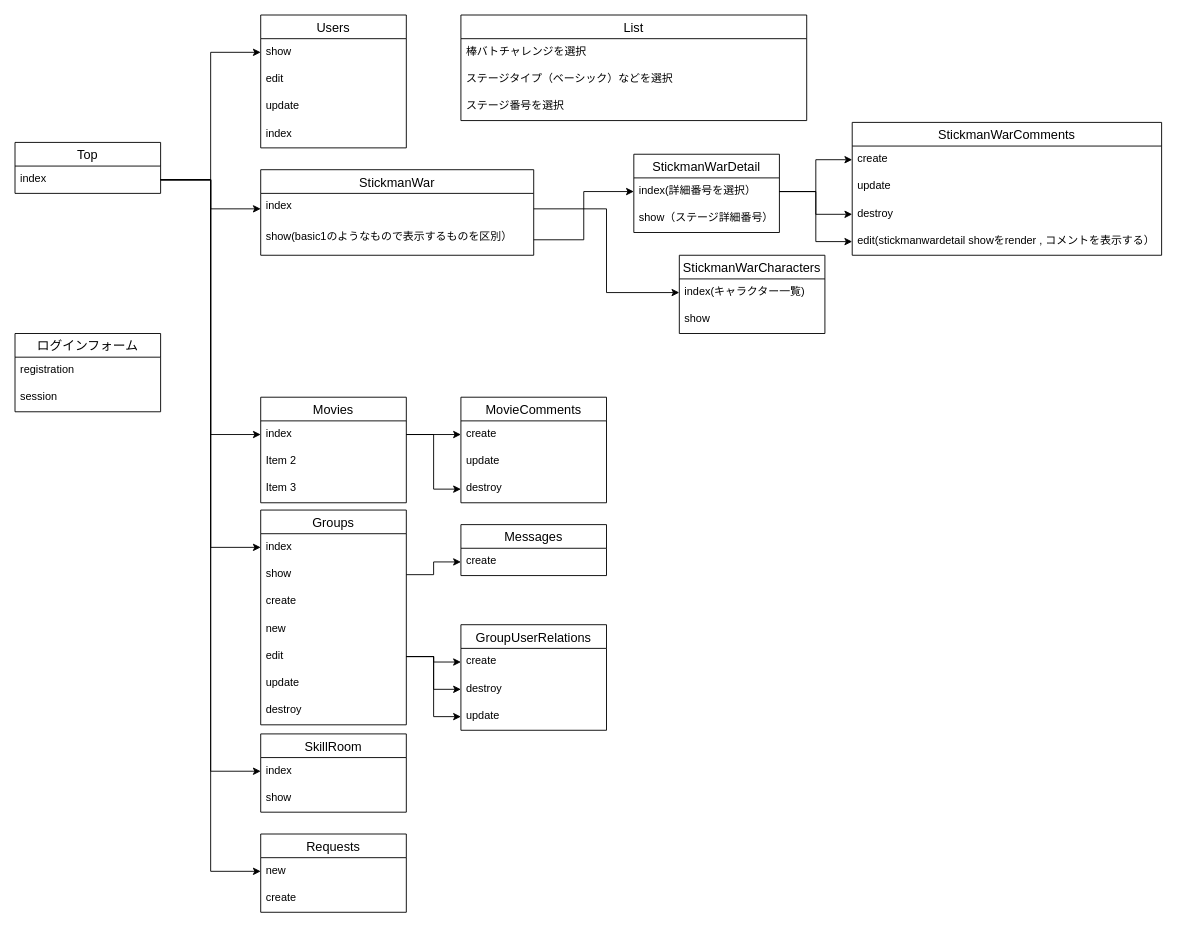
Earlier version of the draw.io diagram flow.dio (runba3011/runba_home). Source tidied: cells renumbered, new cells numbered last; positions are measured from the earlier drawing's top-left corner, leaving out a move shared by most shapes. Both pictures are drawn from the tidied source at 91%, with x=0, y=0 at pixel (15, 15).
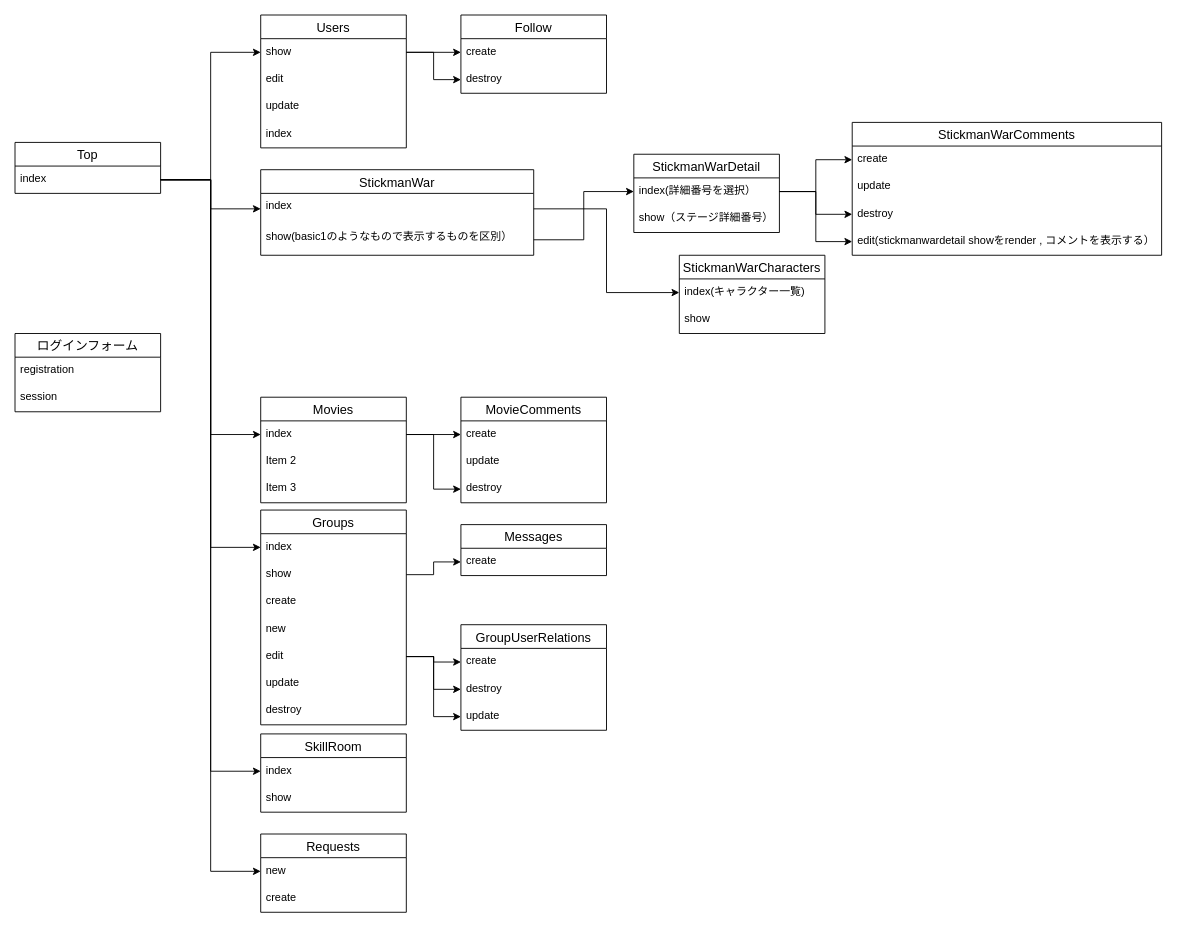
The same diagram, later.

The change refers to these unchanged cells:
```xml
<mxCell id="25" value="show" style="text;strokeColor=none;fillColor=none;spacingLeft=4;spacingRight=4;overflow=hidden;points=[[0,0.5],[1,0.5]];portConstraint=eastwest;fontSize=12;" parent="24" vertex="1">
  <mxGeometry y="26" width="160" height="30" as="geometry" />
</mxCell>
```

The edit, as a diff of the source:
```diff
@@
-    <mxCell id="44" value="List" style="swimlane;fontStyle=0;horizontal=1;startSize=26;align=center;fontSize=14;" parent="1" vertex="1">
-      <mxGeometry x="490" width="380" height="116" as="geometry" />
-    </mxCell>
-    <mxCell id="45" value="棒バトチャレンジを選択" style="text;strokeColor=none;fillColor=none;spacingLeft=4;spacingRight=4;overflow=hidden;fontSize=12;" parent="44" vertex="1">
-      <mxGeometry y="26" width="380" height="30" as="geometry" />
-    </mxCell>
-    <mxCell id="46" value="ステージタイプ（ベーシック）などを選択" style="text;strokeColor=none;fillColor=none;spacingLeft=4;spacingRight=4;overflow=hidden;fontSize=12;" parent="44" vertex="1">
-      <mxGeometry y="56" width="380" height="30" as="geometry" />
-    </mxCell>
-    <mxCell id="47" value="ステージ番号を選択" style="text;strokeColor=none;fillColor=none;spacingLeft=4;spacingRight=4;overflow=hidden;fontSize=12;" parent="44" vertex="1">
-      <mxGeometry y="86" width="380" height="30" as="geometry" />
-    </mxCell>
@@
+    <mxCell id="75" value="Follow" style="swimlane;fontStyle=0;horizontal=1;startSize=26;align=center;fontSize=14;" parent="1" vertex="1">
+      <mxGeometry x="490" width="160" height="86" as="geometry" />
+    </mxCell>
+    <mxCell id="76" value="create" style="text;strokeColor=none;fillColor=none;spacingLeft=4;spacingRight=4;overflow=hidden;points=[[0,0.5],[1,0.5]];portConstraint=eastwest;fontSize=12;" parent="75" vertex="1">
+      <mxGeometry y="26" width="160" height="30" as="geometry" />
+    </mxCell>
+    <mxCell id="77" value="destroy" style="text;strokeColor=none;fillColor=none;spacingLeft=4;spacingRight=4;overflow=hidden;points=[[0,0.5],[1,0.5]];portConstraint=eastwest;fontSize=12;" parent="75" vertex="1">
+      <mxGeometry y="56" width="160" height="30" as="geometry" />
+    </mxCell>
+    <mxCell id="78" style="edgeStyle=orthogonalEdgeStyle;rounded=0;jettySize=auto;html=1;" parent="1" edge="1" source="25" target="76">
+      <mxGeometry relative="1" as="geometry" />
+    </mxCell>
+    <mxCell id="79" style="edgeStyle=orthogonalEdgeStyle;rounded=0;jettySize=auto;html=1;entryX=0;entryY=0.5;entryDx=0;entryDy=0;" parent="1" edge="1" source="25" target="77">
+      <mxGeometry relative="1" as="geometry" />
+    </mxCell>
```
